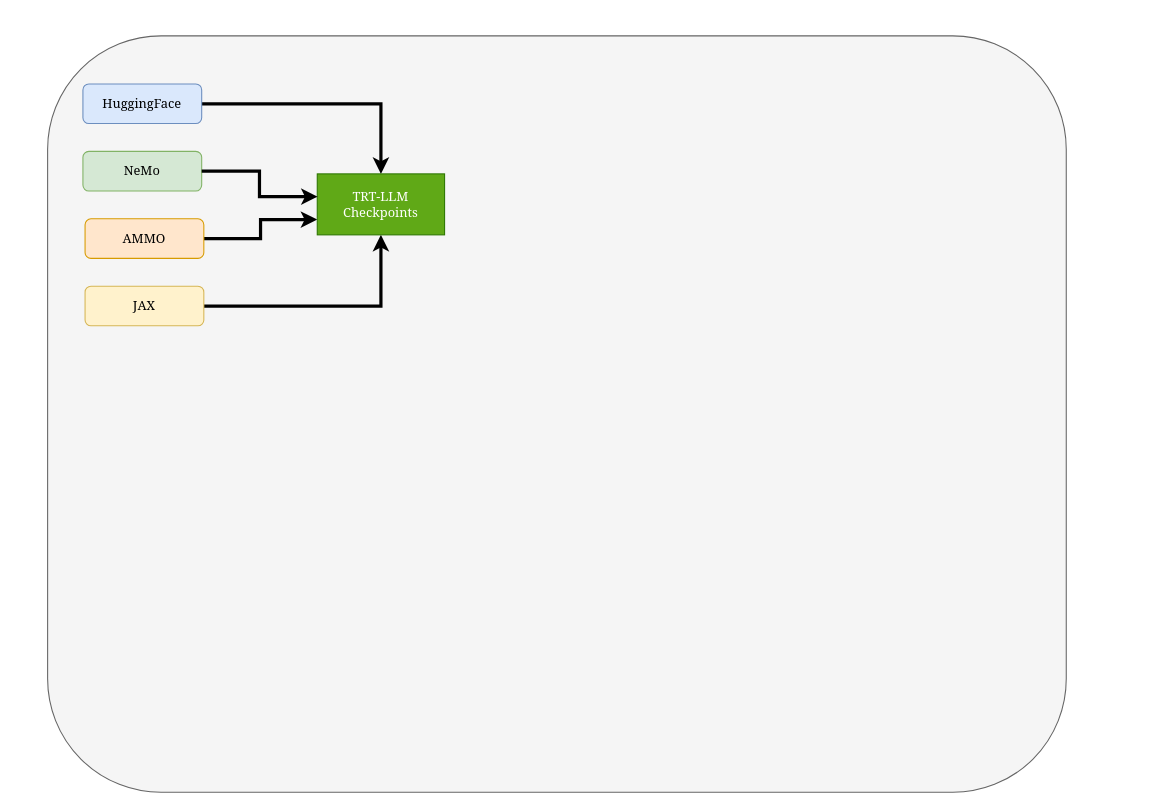
The draw.io diagram LLM_TensorRT.drawio in Albertchamberlain/draw_io, before the edit. Source tidied: cells renumbered, new cells numbered last; positions are measured from the earlier drawing's top-left corner, leaving out a move shared by most shapes. Both pictures are drawn from the tidied source at 107%, with x=0, y=0 at pixel (47, 35).
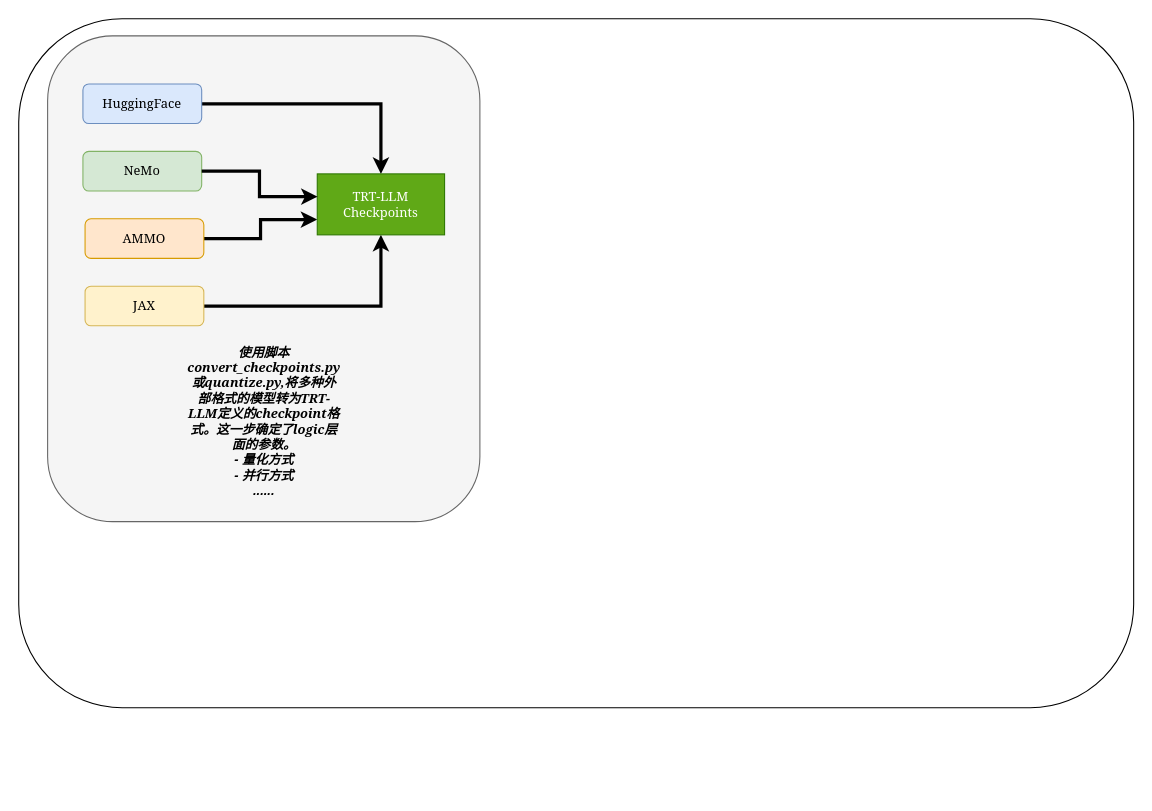
The same diagram, later.

Change to the diagram source:
```diff
@@
 <mxGraphModel>
   <root>
     <mxCell id="0" />
     <mxCell id="1" parent="0" />
+    <mxCell id="12" style="rounded=1;whiteSpace=wrap;html=1;" parent="1" vertex="1">
+      <mxGeometry x="-27" y="-16" width="1042" height="644" as="geometry" />
+    </mxCell>
     <mxCell id="2" style="rounded=1;whiteSpace=wrap;html=1;fillColor=#f5f5f5;fontColor=#333333;strokeColor=#666666;" parent="1" vertex="1">
-      <mxGeometry width="952" height="707" as="geometry" />
+      <mxGeometry width="404" height="454" as="geometry" />
     </mxCell>
     <mxCell id="3" style="edgeStyle=orthogonalEdgeStyle;rounded=0;jettySize=auto;html=1;exitX=1;exitY=0.5;exitDx=0;exitDy=0;entryX=0.5;entryY=0;entryDx=0;entryDy=0;strokeWidth=3;" parent="1" edge="1" source="4" target="10">
       <mxGeometry relative="1" as="geometry" />
     </mxCell>
     <mxCell id="4" value="&lt;font face=&quot;Georgia&quot;&gt;HuggingFace&lt;/font&gt;" style="rounded=1;whiteSpace=wrap;html=1;fillColor=#dae8fc;strokeColor=#6c8ebf;" parent="1" vertex="1">
       <mxGeometry x="33" y="45" width="111" height="37" as="geometry" />
     </mxCell>
     <mxCell id="5" value="&lt;font face=&quot;Georgia&quot;&gt;NeMo&lt;/font&gt;" style="rounded=1;whiteSpace=wrap;html=1;fillColor=#d5e8d4;strokeColor=#82b366;" parent="1" vertex="1">
       <mxGeometry x="33" y="108" width="111" height="37" as="geometry" />
     </mxCell>
     <mxCell id="6" style="edgeStyle=orthogonalEdgeStyle;rounded=0;jettySize=auto;html=1;exitX=1;exitY=0.5;exitDx=0;exitDy=0;entryX=0;entryY=0.75;entryDx=0;entryDy=0;strokeWidth=3;" parent="1" edge="1" source="7" target="10">
       <mxGeometry relative="1" as="geometry" />
     </mxCell>
     <mxCell id="7" value="&lt;font face=&quot;Georgia&quot;&gt;AMMO&lt;/font&gt;" style="rounded=1;whiteSpace=wrap;html=1;fillColor=#ffe6cc;strokeColor=#d79b00;" parent="1" vertex="1">
       <mxGeometry x="35" y="171" width="111" height="37" as="geometry" />
     </mxCell>
     <mxCell id="8" style="edgeStyle=orthogonalEdgeStyle;rounded=0;jettySize=auto;html=1;exitX=1;exitY=0.5;exitDx=0;exitDy=0;entryX=0.5;entryY=1;entryDx=0;entryDy=0;strokeWidth=3;" parent="1" edge="1" source="9" target="10">
       <mxGeometry relative="1" as="geometry" />
     </mxCell>
     <mxCell id="9" value="&lt;font face=&quot;Georgia&quot;&gt;JAX&lt;/font&gt;" style="rounded=1;whiteSpace=wrap;html=1;fillColor=#fff2cc;strokeColor=#d6b656;" parent="1" vertex="1">
       <mxGeometry x="35" y="234" width="111" height="37" as="geometry" />
     </mxCell>
     <mxCell id="10" value="&lt;font face=&quot;Georgia&quot;&gt;TRT-LLM Checkpoints&lt;/font&gt;" style="rounded=0;whiteSpace=wrap;html=1;fillColor=#60a917;fontColor=#ffffff;strokeColor=#2D7600;" parent="1" vertex="1">
       <mxGeometry x="252" y="129" width="119" height="57" as="geometry" />
     </mxCell>
     <mxCell id="11" style="edgeStyle=orthogonalEdgeStyle;rounded=0;jettySize=auto;html=1;exitX=1;exitY=0.5;exitDx=0;exitDy=0;entryX=0.003;entryY=0.374;entryDx=0;entryDy=0;entryPerimeter=0;strokeWidth=3;" parent="1" edge="1" source="5" target="10">
       <mxGeometry relative="1" as="geometry" />
     </mxCell>
+    <mxCell id="13" value="&lt;font face=&quot;Georgia&quot;&gt;&lt;b&gt;&lt;i&gt;使用脚本convert_checkpoints.py或quantize.py,将多种外部格式的模型转为TRT-LLM定义的checkpoint格式。这一步确定了logic层面的参数。&lt;/i&gt;&lt;/b&gt;&lt;/font&gt;&lt;div&gt;&lt;font face=&quot;H1mTjM_NjgeySvcvMKn4&quot;&gt;&lt;b&gt;&lt;i&gt;- 量化方式&lt;/i&gt;&lt;/b&gt;&lt;/font&gt;&lt;/div&gt;&lt;div&gt;&lt;font face=&quot;H1mTjM_NjgeySvcvMKn4&quot;&gt;&lt;b&gt;&lt;i&gt;- 并行方式&lt;/i&gt;&lt;/b&gt;&lt;/font&gt;&lt;/div&gt;&lt;div&gt;&lt;font face=&quot;H1mTjM_NjgeySvcvMKn4&quot;&gt;&lt;b&gt;&lt;i&gt;......&lt;/i&gt;&lt;/b&gt;&lt;/font&gt;&lt;/div&gt;" style="text;html=1;align=center;verticalAlign=middle;whiteSpace=wrap;rounded=0;" parent="1" vertex="1">
+      <mxGeometry x="136.5" y="346" width="131" height="30" as="geometry" />
+    </mxCell>
   </root>
 </mxGraphModel>
```
